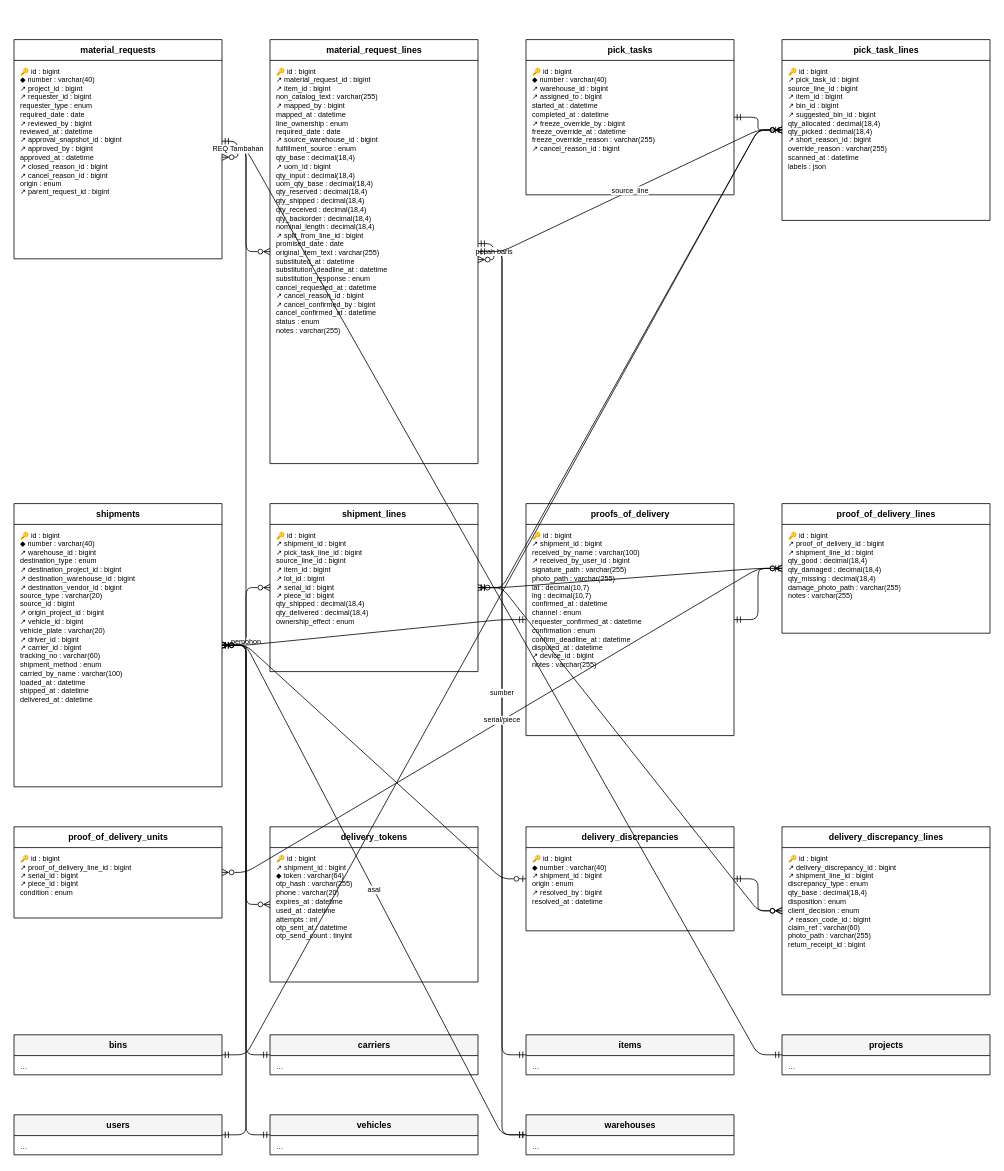
The draw.io diagram docs/diagram/erd-outbound.drawio in HengkyDarmawan/wms, before the edit. Source tidied: cells renumbered, new cells numbered last; positions are measured from the earlier drawing's top-left corner, leaving out a move shared by most shapes. Both pictures are drawn from the tidied source at 80%, with x=0, y=0 at pixel (14, 39).
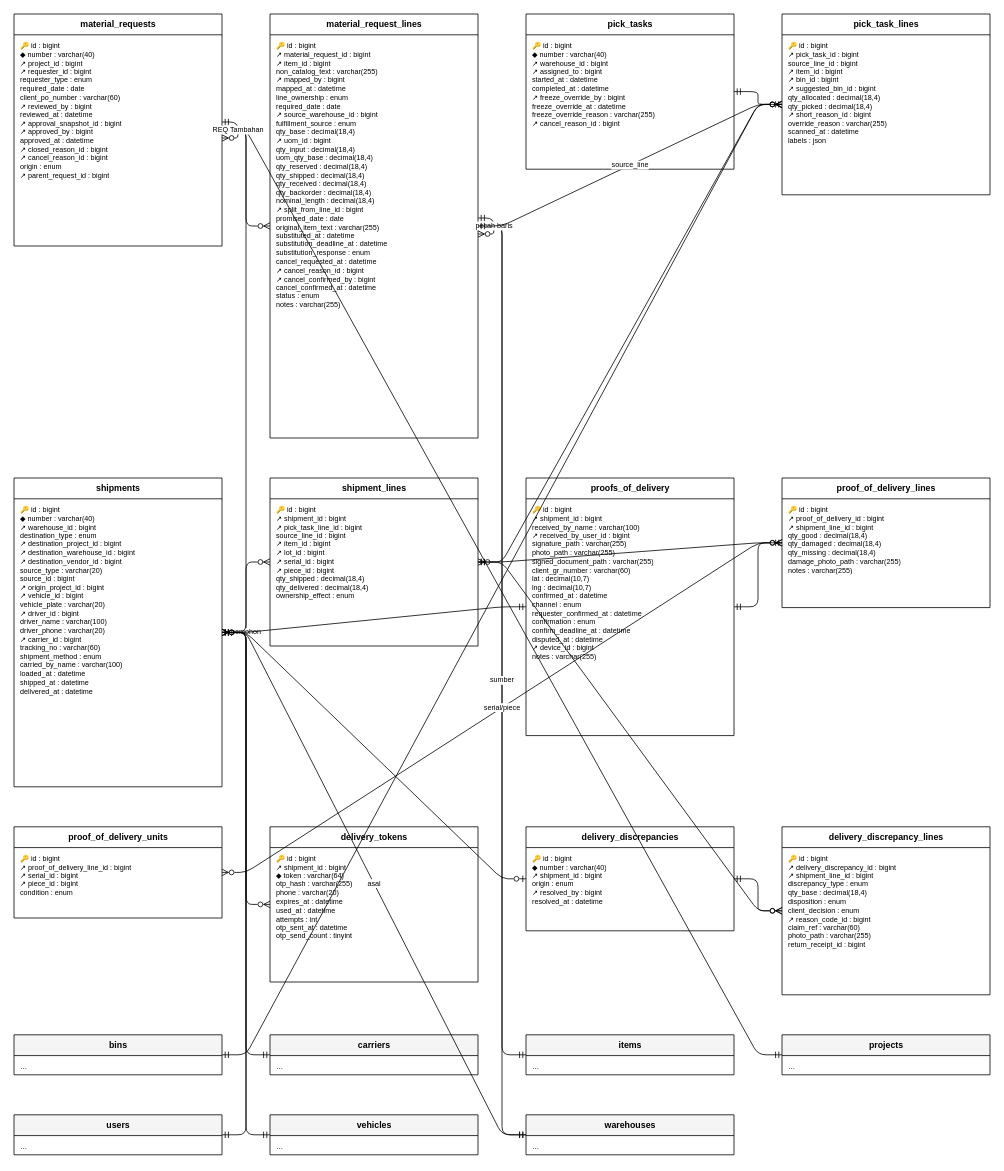
The same diagram, later.

What changed in the source:
```diff
@@
     <mxCell id="2" value="material_requests" style="swimlane;fontStyle=1;horizontal=1;startSize=26;html=1;fontSize=11;fillColor=#FFFFFF;" parent="1" vertex="1">
-      <mxGeometry width="260" height="274" as="geometry" />
+      <mxGeometry y="-32" width="260" height="290" as="geometry" />
     </mxCell>
-    <mxCell id="3" value="🔑 id : bigint&lt;br&gt;◆ number : varchar(40)&lt;br&gt;↗ project_id : bigint&lt;br&gt;↗ requester_id : bigint&lt;br&gt;requester_type : enum&lt;br&gt;required_date : date&lt;br&gt;↗ reviewed_by : bigint&lt;br&gt;reviewed_at : datetime&lt;br&gt;↗ approval_snapshot_id : bigint&lt;br&gt;↗ approved_by : bigint&lt;br&gt;approved_at : datetime&lt;br&gt;↗ closed_reason_id : bigint&lt;br&gt;↗ cancel_reason_id : bigint&lt;br&gt;origin : enum&lt;br&gt;↗ parent_request_id : bigint" style="text;html=1;strokeColor=none;fillColor=none;align=left;verticalAlign=top;spacingLeft=6;spacingTop=2;fontSize=9;whiteSpace=wrap;overflow=hidden;" parent="2" vertex="1">
-      <mxGeometry y="26" width="260" height="248" as="geometry" />
+    <mxCell id="3" value="🔑 id : bigint&lt;br&gt;◆ number : varchar(40)&lt;br&gt;↗ project_id : bigint&lt;br&gt;↗ requester_id : bigint&lt;br&gt;requester_type : enum&lt;br&gt;required_date : date&lt;br&gt;client_po_number : varchar(60)&lt;br&gt;↗ reviewed_by : bigint&lt;br&gt;reviewed_at : datetime&lt;br&gt;↗ approval_snapshot_id : bigint&lt;br&gt;↗ approved_by : bigint&lt;br&gt;approved_at : datetime&lt;br&gt;↗ closed_reason_id : bigint&lt;br&gt;↗ cancel_reason_id : bigint&lt;br&gt;origin : enum&lt;br&gt;↗ parent_request_id : bigint" style="text;html=1;strokeColor=none;fillColor=none;align=left;verticalAlign=top;spacingLeft=6;spacingTop=2;fontSize=9;whiteSpace=wrap;overflow=hidden;" parent="2" vertex="1">
+      <mxGeometry y="26" width="260" height="264" as="geometry" />
     </mxCell>
     <mxCell id="4" value="material_request_lines" style="swimlane;fontStyle=1;horizontal=1;startSize=26;html=1;fontSize=11;fillColor=#FFFFFF;" parent="1" vertex="1">
-      <mxGeometry x="320" width="260" height="530" as="geometry" />
+      <mxGeometry x="320" y="-32" width="260" height="530" as="geometry" />
     </mxCell>
@@
     <mxCell id="6" value="pick_tasks" style="swimlane;fontStyle=1;horizontal=1;startSize=26;html=1;fontSize=11;fillColor=#FFFFFF;" parent="1" vertex="1">
-      <mxGeometry x="640" width="260" height="194" as="geometry" />
+      <mxGeometry x="640" y="-32" width="260" height="194" as="geometry" />
     </mxCell>
@@
     <mxCell id="8" value="pick_task_lines" style="swimlane;fontStyle=1;horizontal=1;startSize=26;html=1;fontSize=11;fillColor=#FFFFFF;" parent="1" vertex="1">
-      <mxGeometry x="960" width="260" height="226" as="geometry" />
+      <mxGeometry x="960" y="-32" width="260" height="226" as="geometry" />
     </mxCell>
@@
     <mxCell id="10" value="shipments" style="swimlane;fontStyle=1;horizontal=1;startSize=26;html=1;fontSize=11;fillColor=#FFFFFF;" parent="1" vertex="1">
-      <mxGeometry y="580" width="260" height="354" as="geometry" />
+      <mxGeometry y="548" width="260" height="386" as="geometry" />
     </mxCell>
-    <mxCell id="11" value="🔑 id : bigint&lt;br&gt;◆ number : varchar(40)&lt;br&gt;↗ warehouse_id : bigint&lt;br&gt;destination_type : enum&lt;br&gt;↗ destination_project_id : bigint&lt;br&gt;↗ destination_warehouse_id : bigint&lt;br&gt;↗ destination_vendor_id : bigint&lt;br&gt;source_type : varchar(20)&lt;br&gt;source_id : bigint&lt;br&gt;↗ origin_project_id : bigint&lt;br&gt;↗ vehicle_id : bigint&lt;br&gt;vehicle_plate : varchar(20)&lt;br&gt;↗ driver_id : bigint&lt;br&gt;↗ carrier_id : bigint&lt;br&gt;tracking_no : varchar(60)&lt;br&gt;shipment_method : enum&lt;br&gt;carried_by_name : varchar(100)&lt;br&gt;loaded_at : datetime&lt;br&gt;shipped_at : datetime&lt;br&gt;delivered_at : datetime" style="text;html=1;strokeColor=none;fillColor=none;align=left;verticalAlign=top;spacingLeft=6;spacingTop=2;fontSize=9;whiteSpace=wrap;overflow=hidden;" parent="10" vertex="1">
-      <mxGeometry y="26" width="260" height="328" as="geometry" />
+    <mxCell id="11" value="🔑 id : bigint&lt;br&gt;◆ number : varchar(40)&lt;br&gt;↗ warehouse_id : bigint&lt;br&gt;destination_type : enum&lt;br&gt;↗ destination_project_id : bigint&lt;br&gt;↗ destination_warehouse_id : bigint&lt;br&gt;↗ destination_vendor_id : bigint&lt;br&gt;source_type : varchar(20)&lt;br&gt;source_id : bigint&lt;br&gt;↗ origin_project_id : bigint&lt;br&gt;↗ vehicle_id : bigint&lt;br&gt;vehicle_plate : varchar(20)&lt;br&gt;↗ driver_id : bigint&lt;br&gt;driver_name : varchar(100)&lt;br&gt;driver_phone : varchar(20)&lt;br&gt;↗ carrier_id : bigint&lt;br&gt;tracking_no : varchar(60)&lt;br&gt;shipment_method : enum&lt;br&gt;carried_by_name : varchar(100)&lt;br&gt;loaded_at : datetime&lt;br&gt;shipped_at : datetime&lt;br&gt;delivered_at : datetime" style="text;html=1;strokeColor=none;fillColor=none;align=left;verticalAlign=top;spacingLeft=6;spacingTop=2;fontSize=9;whiteSpace=wrap;overflow=hidden;" parent="10" vertex="1">
+      <mxGeometry y="26" width="260" height="360" as="geometry" />
     </mxCell>
     <mxCell id="12" value="shipment_lines" style="swimlane;fontStyle=1;horizontal=1;startSize=26;html=1;fontSize=11;fillColor=#FFFFFF;" parent="1" vertex="1">
-      <mxGeometry x="320" y="580" width="260" height="210" as="geometry" />
+      <mxGeometry x="320" y="548" width="260" height="210" as="geometry" />
     </mxCell>
@@
     <mxCell id="14" value="proofs_of_delivery" style="swimlane;fontStyle=1;horizontal=1;startSize=26;html=1;fontSize=11;fillColor=#FFFFFF;" parent="1" vertex="1">
-      <mxGeometry x="640" y="580" width="260" height="290" as="geometry" />
+      <mxGeometry x="640" y="548" width="260" height="322" as="geometry" />
     </mxCell>
-    <mxCell id="15" value="🔑 id : bigint&lt;br&gt;↗ shipment_id : bigint&lt;br&gt;received_by_name : varchar(100)&lt;br&gt;↗ received_by_user_id : bigint&lt;br&gt;signature_path : varchar(255)&lt;br&gt;photo_path : varchar(255)&lt;br&gt;lat : decimal(10,7)&lt;br&gt;lng : decimal(10,7)&lt;br&gt;confirmed_at : datetime&lt;br&gt;channel : enum&lt;br&gt;requester_confirmed_at : datetime&lt;br&gt;confirmation : enum&lt;br&gt;confirm_deadline_at : datetime&lt;br&gt;disputed_at : datetime&lt;br&gt;↗ device_id : bigint&lt;br&gt;notes : varchar(255)" style="text;html=1;strokeColor=none;fillColor=none;align=left;verticalAlign=top;spacingLeft=6;spacingTop=2;fontSize=9;whiteSpace=wrap;overflow=hidden;" parent="14" vertex="1">
-      <mxGeometry y="26" width="260" height="264" as="geometry" />
+    <mxCell id="15" value="🔑 id : bigint&lt;br&gt;↗ shipment_id : bigint&lt;br&gt;received_by_name : varchar(100)&lt;br&gt;↗ received_by_user_id : bigint&lt;br&gt;signature_path : varchar(255)&lt;br&gt;photo_path : varchar(255)&lt;br&gt;signed_document_path : varchar(255)&lt;br&gt;client_gr_number : varchar(60)&lt;br&gt;lat : decimal(10,7)&lt;br&gt;lng : decimal(10,7)&lt;br&gt;confirmed_at : datetime&lt;br&gt;channel : enum&lt;br&gt;requester_confirmed_at : datetime&lt;br&gt;confirmation : enum&lt;br&gt;confirm_deadline_at : datetime&lt;br&gt;disputed_at : datetime&lt;br&gt;↗ device_id : bigint&lt;br&gt;notes : varchar(255)" style="text;html=1;strokeColor=none;fillColor=none;align=left;verticalAlign=top;spacingLeft=6;spacingTop=2;fontSize=9;whiteSpace=wrap;overflow=hidden;" parent="14" vertex="1">
+      <mxGeometry y="26" width="260" height="296" as="geometry" />
     </mxCell>
     <mxCell id="16" value="proof_of_delivery_lines" style="swimlane;fontStyle=1;horizontal=1;startSize=26;html=1;fontSize=11;fillColor=#FFFFFF;" parent="1" vertex="1">
-      <mxGeometry x="960" y="580" width="260" height="162" as="geometry" />
+      <mxGeometry x="960" y="548" width="260" height="162" as="geometry" />
     </mxCell>
```
